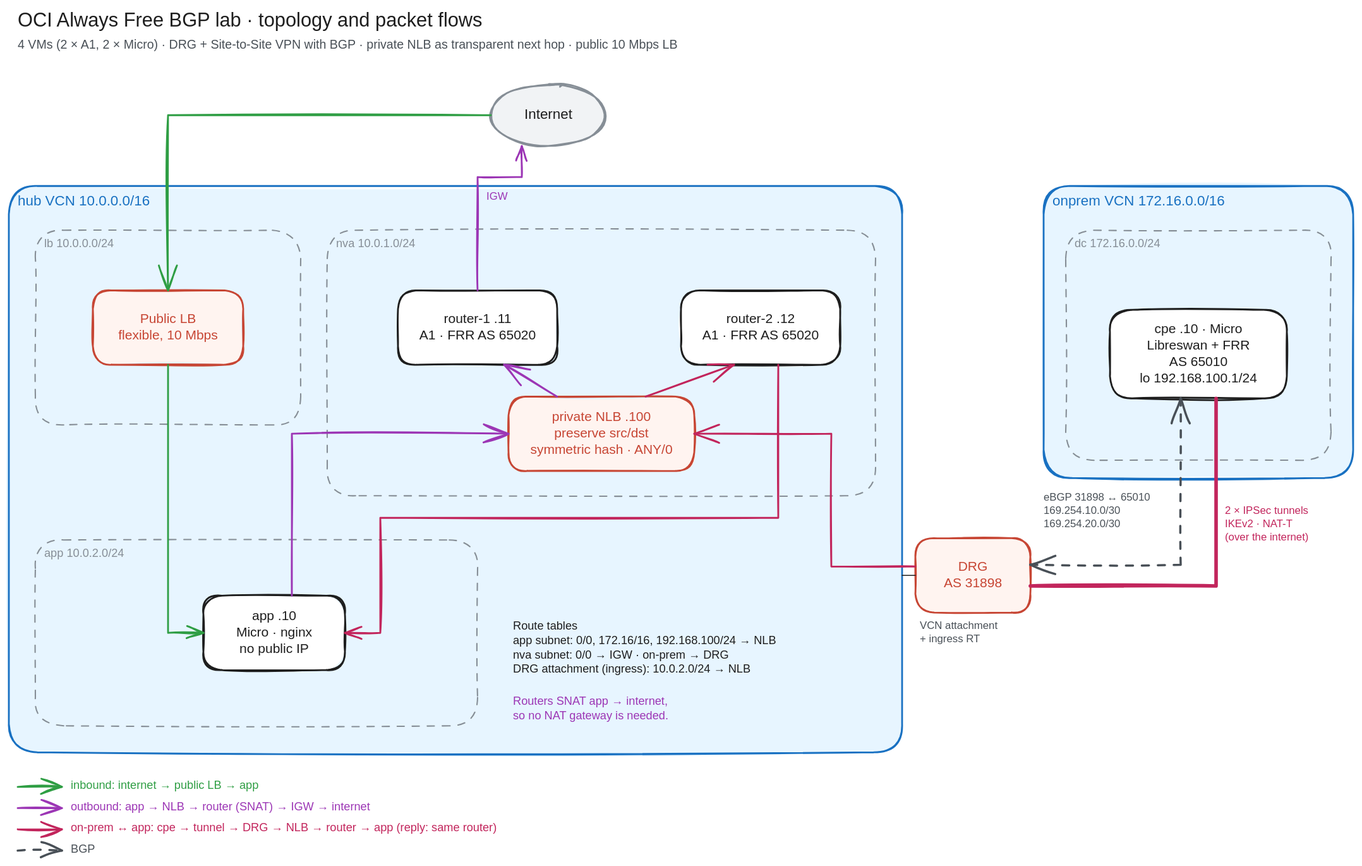
Before: diagrams/topology.excalidraw.svg, a diagram exported from Excalidraw (sebastianczech/oci-free-tier-bgp-lab). Source tidied: one line per element, renumbered; positions are measured from the earlier drawing's top-left corner, leaving out a move shared by most shapes.
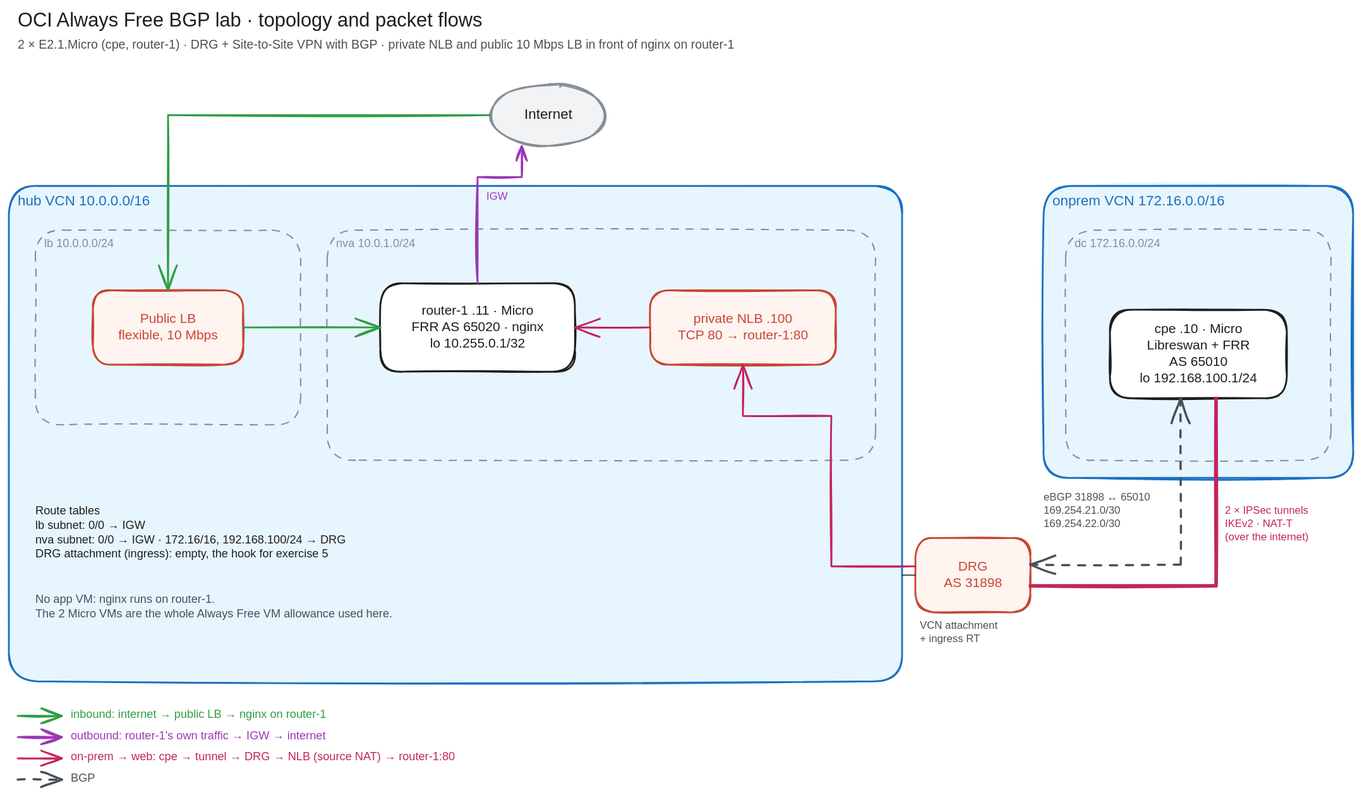
Later version of the same file.

What changed in the source:
```diff
@@ -1,55 +1,46 @@
 {"id": 0, "type": "text", "text": "OCI Always Free BGP lab · topology and packet flows", "strokeColor": "#1e1e1e", "strokeWidth": 2, "roughness": 1, "fontSize": 22, "fontFamily": 2, "x": 10, "y": 0, "width": 526, "height": 28}
-{"id": 1, "type": "text", "text": "4 VMs (2 × A1, 2 × Micro) · DRG + Site-to-Site VPN with BGP · private NLB as transparent next hop · public 10 Mbps LB", "strokeColor": "#495057", "strokeWidth": 2, "roughness": 1, "fontSize": 14, "fontFamily": 2, "x": 10, "y": 32, "width": 745, "height": 18}
+{"id": 1, "type": "text", "text": "2 × E2.1.Micro (cpe, router-1) · DRG + Site-to-Site VPN with BGP · private NLB and public 10 Mbps LB in front of nginx on router-1", "strokeColor": "#495057", "strokeWidth": 2, "roughness": 1, "fontSize": 14, "fontFamily": 2, "x": 10, "y": 32, "width": 809, "height": 18}
 {"id": 2, "type": "ellipse", "strokeColor": "#868e96", "backgroundColor": "#f1f3f5", "fillStyle": "solid", "strokeWidth": 2, "roughness": 1, "x": 545, "y": 85, "width": 130, "height": 70}
 {"id": 3, "type": "text", "text": "Internet", "strokeColor": "#1e1e1e", "strokeWidth": 2, "roughness": 1, "fontSize": 16, "fontFamily": 2, "textAlign": "center", "verticalAlign": "middle", "inside": 2, "x": 583, "y": 110, "width": 54, "height": 20}
-{"id": 4, "type": "rectangle", "strokeColor": "#1971c2", "backgroundColor": "#e7f5ff", "fillStyle": "solid", "strokeWidth": 2, "roughness": 1, "round": true, "x": 0, "y": 200, "width": 1010, "height": 640}
+{"id": 4, "type": "rectangle", "strokeColor": "#1971c2", "backgroundColor": "#e7f5ff", "fillStyle": "solid", "strokeWidth": 2, "roughness": 1, "round": true, "x": 0, "y": 200, "width": 1010, "height": 560}
 {"id": 5, "type": "text", "text": "hub VCN 10.0.0.0/16", "strokeColor": "#1971c2", "strokeWidth": 2, "roughness": 1, "fontSize": 16, "fontFamily": 2, "x": 10, "y": 208, "width": 149, "height": 20}
 {"id": 6, "type": "rectangle", "strokeColor": "#868e96", "strokeWidth": 1, "strokeStyle": "dashed", "roughness": 1, "round": true, "x": 30, "y": 250, "width": 300, "height": 220}
 {"id": 7, "type": "text", "text": "lb 10.0.0.0/24", "strokeColor": "#868e96", "strokeWidth": 2, "roughness": 1, "fontSize": 13, "fontFamily": 2, "x": 40, "y": 258, "width": 79, "height": 16}
 {"id": 8, "type": "rectangle", "strokeColor": "#c74634", "backgroundColor": "#fff4f0", "fillStyle": "solid", "strokeWidth": 2, "roughness": 1, "round": true, "x": 95, "y": 318, "width": 170, "height": 84}
 {"id": 9, "type": "text", "text": "Public LB\nflexible, 10 Mbps", "strokeColor": "#c74634", "strokeWidth": 2, "roughness": 1, "fontSize": 15, "fontFamily": 2, "textAlign": "center", "verticalAlign": "middle", "inside": 8, "x": 124, "y": 341, "width": 113, "height": 38}
-{"id": 10, "type": "rectangle", "strokeColor": "#868e96", "strokeWidth": 1, "strokeStyle": "dashed", "roughness": 1, "round": true, "x": 360, "y": 250, "width": 620, "height": 300}
+{"id": 10, "type": "rectangle", "strokeColor": "#868e96", "strokeWidth": 1, "strokeStyle": "dashed", "roughness": 1, "round": true, "x": 360, "y": 250, "width": 620, "height": 260}
 {"id": 11, "type": "text", "text": "nva 10.0.1.0/24", "strokeColor": "#868e96", "strokeWidth": 2, "roughness": 1, "fontSize": 13, "fontFamily": 2, "x": 370, "y": 258, "width": 90, "height": 16}
-{"id": 12, "type": "rectangle", "strokeColor": "#1e1e1e", "backgroundColor": "#ffffff", "fillStyle": "solid", "strokeWidth": 2, "roughness": 1, "round": true, "x": 440, "y": 318, "width": 180, "height": 84}
+{"id": 12, "type": "rectangle", "strokeColor": "#1e1e1e", "backgroundColor": "#ffffff", "fillStyle": "solid", "strokeWidth": 2, "roughness": 1, "round": true, "x": 420, "y": 310, "width": 220, "height": 100}
-{"id": 13, "type": "text", "text": "router-1 .11\nA1 · FRR AS 65020", "strokeColor": "#1e1e1e", "strokeWidth": 2, "roughness": 1, "fontSize": 15, "fontFamily": 2, "textAlign": "center", "verticalAlign": "middle", "inside": 12, "x": 464, "y": 341, "width": 132, "height": 38}
+{"id": 13, "type": "text", "text": "router-1 .11 · Micro\nFRR AS 65020 · nginx\nlo 10.255.0.1/32", "strokeColor": "#1e1e1e", "strokeWidth": 2, "roughness": 1, "fontSize": 15, "fontFamily": 2, "textAlign": "center", "verticalAlign": "middle", "inside": 12, "x": 455, "y": 332, "width": 149, "height": 56}
-{"id": 14, "type": "rectangle", "strokeColor": "#1e1e1e", "backgroundColor": "#ffffff", "fillStyle": "solid", "strokeWidth": 2, "roughness": 1, "round": true, "x": 760, "y": 318, "width": 180, "height": 84}
+{"id": 14, "type": "rectangle", "strokeColor": "#c74634", "backgroundColor": "#fff4f0", "fillStyle": "solid", "strokeWidth": 2, "roughness": 1, "round": true, "x": 725, "y": 318, "width": 210, "height": 84}
-{"id": 15, "type": "text", "text": "router-2 .12\nA1 · FRR AS 65020", "strokeColor": "#1e1e1e", "strokeWidth": 2, "roughness": 1, "fontSize": 15, "fontFamily": 2, "textAlign": "center", "verticalAlign": "middle", "inside": 14, "x": 784, "y": 341, "width": 132, "height": 38}
+{"id": 15, "type": "text", "text": "private NLB .100\nTCP 80 → router-1:80", "strokeColor": "#c74634", "strokeWidth": 2, "roughness": 1, "fontSize": 15, "fontFamily": 2, "textAlign": "center", "verticalAlign": "middle", "inside": 14, "x": 756, "y": 341, "width": 148, "height": 38}
-{"id": 16, "type": "rectangle", "strokeColor": "#c74634", "backgroundColor": "#fff4f0", "fillStyle": "solid", "strokeWidth": 2, "roughness": 1, "round": true, "x": 565, "y": 438, "width": 210, "height": 84}
+{"id": 55, "type": "text", "text": "Route tables\nlb subnet: 0/0 → IGW\nnva subnet: 0/0 → IGW · 172.16/16, 192.168.100/24 → DRG\nDRG attachment (ingress): empty, the hook for exercise 5", "strokeColor": "#1e1e1e", "strokeWidth": 2, "roughness": 1, "fontSize": 13, "fontFamily": 2, "x": 30, "y": 560, "width": 350, "height": 65}
-{"id": 17, "type": "text", "text": "private NLB .100\npreserve src/dst\nsymmetric hash · ANY/0", "strokeColor": "#c74634", "strokeWidth": 2, "roughness": 1, "fontSize": 15, "fontFamily": 2, "textAlign": "center", "verticalAlign": "middle", "inside": 16, "x": 590, "y": 452, "width": 161, "height": 56}
+{"id": 17, "type": "text", "text": "No app VM: nginx runs on router-1.\nThe 2 Micro VMs are the whole Always Free VM allowance used here.", "strokeColor": "#495057", "strokeWidth": 2, "roughness": 1, "fontSize": 13, "fontFamily": 2, "x": 30, "y": 660, "width": 405, "height": 32}
-{"id": 18, "type": "rectangle", "strokeColor": "#868e96", "strokeWidth": 1, "strokeStyle": "dashed", "roughness": 1, "round": true, "x": 30, "y": 600, "width": 500, "height": 210}
+{"id": 18, "type": "rectangle", "strokeColor": "#c74634", "backgroundColor": "#fff4f0", "fillStyle": "solid", "strokeWidth": 2, "roughness": 1, "round": true, "x": 1025, "y": 598, "width": 130, "height": 84}
-{"id": 19, "type": "text", "text": "app 10.0.2.0/24", "strokeColor": "#868e96", "strokeWidth": 2, "roughness": 1, "fontSize": 13, "fontFamily": 2, "x": 40, "y": 608, "width": 90, "height": 16}
+{"id": 19, "type": "text", "text": "DRG\nAS 31898", "strokeColor": "#c74634", "strokeWidth": 2, "roughness": 1, "fontSize": 15, "fontFamily": 2, "textAlign": "center", "verticalAlign": "middle", "inside": 18, "x": 1057, "y": 621, "width": 66, "height": 38}
-{"id": 20, "type": "rectangle", "strokeColor": "#1e1e1e", "backgroundColor": "#ffffff", "fillStyle": "solid", "strokeWidth": 2, "roughness": 1, "round": true, "x": 220, "y": 663, "width": 160, "height": 84}
+{"id": 56, "type": "arrow", "strokeColor": "#1e1e1e", "strokeWidth": 1, "roughness": 1, "x": 1025, "y": 640, "width": 15, "height": 0, "points": [[0, 0], [-15, 0]]}
-{"id": 21, "type": "text", "text": "app .10\nMicro · nginx\nno public IP", "strokeColor": "#1e1e1e", "strokeWidth": 2, "roughness": 1, "fontSize": 15, "fontFamily": 2, "textAlign": "center", "verticalAlign": "middle", "inside": 20, "x": 257, "y": 677, "width": 85, "height": 56}
+{"id": 21, "type": "text", "text": "VCN attachment\n+ ingress RT", "strokeColor": "#495057", "strokeWidth": 2, "roughness": 1, "fontSize": 12, "fontFamily": 2, "x": 1030, "y": 690, "width": 88, "height": 30}
-{"id": 22, "type": "text", "text": "Route tables\napp subnet: 0/0, 172.16/16, 192.168.100/24 → NLB\nnva subnet: 0/0 → IGW · on-prem → DRG\nDRG attachment (ingress): 10.0.2.0/24 → NLB", "strokeColor": "#1e1e1e", "strokeWidth": 2, "roughness": 1, "fontSize": 13, "fontFamily": 2, "x": 570, "y": 690, "width": 298, "height": 65}
+{"id": 57, "type": "rectangle", "strokeColor": "#1971c2", "backgroundColor": "#e7f5ff", "fillStyle": "solid", "strokeWidth": 2, "roughness": 1, "round": true, "x": 1170, "y": 200, "width": 350, "height": 330}
-{"id": 23, "type": "text", "text": "Routers SNAT app → internet,\nso no NAT gateway is needed.", "strokeColor": "#9c36b5", "strokeWidth": 2, "roughness": 1, "fontSize": 13, "fontFamily": 2, "x": 570, "y": 775, "width": 176, "height": 32}
+{"id": 23, "type": "text", "text": "onprem VCN 172.16.0.0/16", "strokeColor": "#1971c2", "strokeWidth": 2, "roughness": 1, "fontSize": 16, "fontFamily": 2, "x": 1180, "y": 208, "width": 195, "height": 20}
-{"id": 24, "type": "rectangle", "strokeColor": "#c74634", "backgroundColor": "#fff4f0", "fillStyle": "solid", "strokeWidth": 2, "roughness": 1, "round": true, "x": 1025, "y": 598, "width": 130, "height": 84}
+{"id": 24, "type": "rectangle", "strokeColor": "#868e96", "strokeWidth": 1, "strokeStyle": "dashed", "roughness": 1, "round": true, "x": 1195, "y": 250, "width": 300, "height": 260}
-{"id": 25, "type": "text", "text": "DRG\nAS 31898", "strokeColor": "#c74634", "strokeWidth": 2, "roughness": 1, "fontSize": 15, "fontFamily": 2, "textAlign": "center", "verticalAlign": "middle", "inside": 24, "x": 1057, "y": 621, "width": 66, "height": 38}
+{"id": 25, "type": "text", "text": "dc 172.16.0.0/24", "strokeColor": "#868e96", "strokeWidth": 2, "roughness": 1, "fontSize": 13, "fontFamily": 2, "x": 1205, "y": 258, "width": 97, "height": 16}
-{"id": 26, "type": "arrow", "strokeColor": "#1e1e1e", "strokeWidth": 1, "roughness": 1, "x": 1025, "y": 640, "width": 15, "height": 0, "points": [[0, 0], [-15, 0]]}
+{"id": 58, "type": "rectangle", "strokeColor": "#1e1e1e", "backgroundColor": "#ffffff", "fillStyle": "solid", "strokeWidth": 2, "roughness": 1, "round": true, "x": 1245, "y": 340, "width": 200, "height": 100}
-{"id": 27, "type": "text", "text": "VCN attachment\n+ ingress RT", "strokeColor": "#495057", "strokeWidth": 2, "roughness": 1, "fontSize": 12, "fontFamily": 2, "x": 1030, "y": 690, "width": 88, "height": 30}
+{"id": 27, "type": "text", "text": "cpe .10 · Micro\nLibreswan + FRR\nAS 65010\nlo 192.168.100.1/24", "strokeColor": "#1e1e1e", "strokeWidth": 2, "roughness": 1, "fontSize": 15, "fontFamily": 2, "textAlign": "center", "verticalAlign": "middle", "inside": 58, "x": 1279, "y": 352, "width": 133, "height": 75}
-{"id": 28, "type": "rectangle", "strokeColor": "#1971c2", "backgroundColor": "#e7f5ff", "fillStyle": "solid", "strokeWidth": 2, "roughness": 1, "round": true, "x": 1170, "y": 200, "width": 350, "height": 330}
+{"id": 59, "type": "arrow", "strokeColor": "#c2255c", "strokeWidth": 4, "roughness": 1, "x": 1155, "y": 652, "width": 210, "height": 212, "points": [[0, 0], [210, 0], [210, -212]]}
-{"id": 29, "type": "text", "text": "onprem VCN 172.16.0.0/16", "strokeColor": "#1971c2", "strokeWidth": 2, "roughness": 1, "fontSize": 16, "fontFamily": 2, "x": 1180, "y": 208, "width": 195, "height": 20}
+{"id": 29, "type": "text", "text": "2 × IPSec tunnels\nIKEv2 · NAT-T\n(over the internet)", "strokeColor": "#c2255c", "strokeWidth": 2, "roughness": 1, "fontSize": 12, "fontFamily": 2, "x": 1375, "y": 560, "width": 95, "height": 45}
-{"id": 30, "type": "rectangle", "strokeColor": "#868e96", "strokeWidth": 1, "strokeStyle": "dashed", "roughness": 1, "round": true, "x": 1195, "y": 250, "width": 300, "height": 260}
+{"id": 60, "type": "arrow", "strokeColor": "#495057", "strokeWidth": 2, "strokeStyle": "dashed", "roughness": 1, "startArrowhead": "arrow", "endArrowhead": "arrow", "x": 1155, "y": 628, "width": 170, "height": 188, "points": [[0, 0], [170, 0], [170, -188]]}
-{"id": 31, "type": "text", "text": "dc 172.16.0.0/24", "strokeColor": "#868e96", "strokeWidth": 2, "roughness": 1, "fontSize": 13, "fontFamily": 2, "x": 1205, "y": 258, "width": 97, "height": 16}
+{"id": 31, "type": "text", "text": "eBGP 31898 ↔ 65010\n169.254.21.0/30\n169.254.22.0/30", "strokeColor": "#495057", "strokeWidth": 2, "roughness": 1, "fontSize": 12, "fontFamily": 2, "x": 1170, "y": 545, "width": 120, "height": 45}
-{"id": 32, "type": "rectangle", "strokeColor": "#1e1e1e", "backgroundColor": "#ffffff", "fillStyle": "solid", "strokeWidth": 2, "roughness": 1, "round": true, "x": 1245, "y": 340, "width": 200, "height": 100}
-{"id": 33, "type": "text", "text": "cpe .10 · Micro\nLibreswan + FRR\nAS 65010\nlo 192.168.100.1/24", "strokeColor": "#1e1e1e", "strokeWidth": 2, "roughness": 1, "fontSize": 15, "fontFamily": 2, "textAlign": "center", "verticalAlign": "middle", "inside": 32, "x": 1279, "y": 352, "width": 133, "height": 75}
+{"id": 61, "type": "arrow", "strokeColor": "#2f9e44", "strokeWidth": 2, "roughness": 1, "endArrowhead": "arrow", "x": 545, "y": 120, "width": 365, "height": 198, "points": [[0, 0], [-365, 0], [-365, 198]]}
+{"id": 62, "type": "arrow", "strokeColor": "#2f9e44", "strokeWidth": 2, "roughness": 1, "endArrowhead": "arrow", "x": 265, "y": 360, "width": 155, "height": 0, "points": [[0, 0], [155, 0]]}
-{"id": 34, "type": "arrow", "strokeColor": "#c2255c", "strokeWidth": 4, "roughness": 1, "x": 1155, "y": 652, "width": 210, "height": 212, "points": [[0, 0], [210, 0], [210, -212]]}
+{"id": 34, "type": "arrow", "strokeColor": "#9c36b5", "strokeWidth": 2, "roughness": 1, "endArrowhead": "arrow", "x": 530, "y": 310, "width": 50, "height": 155, "points": [[0, 0], [0, -120], [50, -120], [50, -155]]}
-{"id": 35, "type": "text", "text": "2 × IPSec tunnels\nIKEv2 · NAT-T\n(over the internet)", "strokeColor": "#c2255c", "strokeWidth": 2, "roughness": 1, "fontSize": 12, "fontFamily": 2, "x": 1375, "y": 560, "width": 95, "height": 45}
+{"id": 35, "type": "text", "text": "IGW", "strokeColor": "#9c36b5", "strokeWidth": 2, "roughness": 1, "fontSize": 12, "fontFamily": 2, "x": 540, "y": 205, "width": 24, "height": 15}
-{"id": 36, "type": "arrow", "strokeColor": "#495057", "strokeWidth": 2, "strokeStyle": "dashed", "roughness": 1, "startArrowhead": "arrow", "endArrowhead": "arrow", "x": 1155, "y": 628, "width": 170, "height": 188, "points": [[0, 0], [170, 0], [170, -188]]}
+{"id": 36, "type": "arrow", "strokeColor": "#c2255c", "strokeWidth": 2, "roughness": 1, "endArrowhead": "arrow", "x": 1025, "y": 630, "width": 195, "height": 228, "points": [[0, 0], [-95, 0], [-95, -170], [-195, -170], [-195, -228]]}
-{"id": 37, "type": "text", "text": "eBGP 31898 ↔ 65010\n169.254.10.0/30\n169.254.20.0/30", "strokeColor": "#495057", "strokeWidth": 2, "roughness": 1, "fontSize": 12, "fontFamily": 2, "x": 1170, "y": 545, "width": 120, "height": 45}
+{"id": 63, "type": "arrow", "strokeColor": "#c2255c", "strokeWidth": 2, "roughness": 1, "endArrowhead": "arrow", "x": 725, "y": 360, "width": 85, "height": 0, "points": [[0, 0], [-85, 0]]}
-{"id": 38, "type": "arrow", "strokeColor": "#2f9e44", "strokeWidth": 2, "roughness": 1, "endArrowhead": "arrow", "x": 545, "y": 120, "width": 365, "height": 198, "points": [[0, 0], [-365, 0], [-365, 198]]}
+{"id": 38, "type": "arrow", "strokeColor": "#2f9e44", "strokeWidth": 2, "roughness": 1, "endArrowhead": "arrow", "x": 10, "y": 799, "width": 50, "height": 0, "points": [[0, 0], [50, 0]]}
-{"id": 39, "type": "arrow", "strokeColor": "#2f9e44", "strokeWidth": 2, "roughness": 1, "endArrowhead": "arrow", "x": 180, "y": 402, "width": 40, "height": 303, "points": [[0, 0], [0, 303], [40, 303]]}
+{"id": 64, "type": "text", "text": "inbound: internet → public LB → nginx on router-1", "strokeColor": "#2f9e44", "strokeWidth": 2, "roughness": 1, "fontSize": 13, "fontFamily": 2, "x": 70, "y": 790, "width": 289, "height": 16}
-{"id": 40, "type": "arrow", "strokeColor": "#9c36b5", "strokeWidth": 2, "roughness": 1, "endArrowhead": "arrow", "x": 320, "y": 663, "width": 245, "height": 183, "points": [[0, 0], [0, -183], [245, -183]]}
+{"id": 40, "type": "arrow", "strokeColor": "#9c36b5", "strokeWidth": 2, "roughness": 1, "endArrowhead": "arrow", "x": 10, "y": 823, "width": 50, "height": 0, "points": [[0, 0], [50, 0]]}
-{"id": 41, "type": "arrow", "strokeColor": "#9c36b5", "strokeWidth": 2, "roughness": 1, "endArrowhead": "arrow", "x": 620, "y": 438, "width": 60, "height": 36, "points": [[0, 0], [-60, -36]]}
+{"id": 65, "type": "text", "text": "outbound: router-1's own traffic → IGW → internet", "strokeColor": "#9c36b5", "strokeWidth": 2, "roughness": 1, "fontSize": 13, "fontFamily": 2, "x": 70, "y": 814, "width": 289, "height": 16}
-{"id": 42, "type": "arrow", "strokeColor": "#9c36b5", "strokeWidth": 2, "roughness": 1, "endArrowhead": "arrow", "x": 530, "y": 318, "width": 50, "height": 163, "points": [[0, 0], [0, -128], [50, -128], [50, -163]]}
+{"id": 42, "type": "arrow", "strokeColor": "#c2255c", "strokeWidth": 2, "roughness": 1, "endArrowhead": "arrow", "x": 10, "y": 847, "width": 50, "height": 0, "points": [[0, 0], [50, 0]]}
-{"id": 43, "type": "text", "text": "IGW", "strokeColor": "#9c36b5", "strokeWidth": 2, "roughness": 1, "fontSize": 12, "fontFamily": 2, "x": 540, "y": 205, "width": 24, "height": 15}
+{"id": 43, "type": "text", "text": "on-prem → web: cpe → tunnel → DRG → NLB (source NAT) → router-1:80", "strokeColor": "#c2255c", "strokeWidth": 2, "roughness": 1, "fontSize": 13, "fontFamily": 2, "x": 70, "y": 838, "width": 435, "height": 16}
-{"id": 44, "type": "arrow", "strokeColor": "#c2255c", "strokeWidth": 2, "roughness": 1, "endArrowhead": "arrow", "x": 1025, "y": 630, "width": 250, "height": 150, "points": [[0, 0], [-95, 0], [-95, -150], [-250, -150]]}
+{"id": 44, "type": "arrow", "strokeColor": "#495057", "strokeWidth": 2, "strokeStyle": "dashed", "roughness": 1, "endArrowhead": "arrow", "x": 10, "y": 871, "width": 50, "height": 0, "points": [[0, 0], [50, 0]]}
-{"id": 45, "type": "arrow", "strokeColor": "#c2255c", "strokeWidth": 2, "roughness": 1, "endArrowhead": "arrow", "x": 720, "y": 438, "width": 100, "height": 36, "points": [[0, 0], [100, -36]]}
-{"id": 46, "type": "arrow", "strokeColor": "#c2255c", "strokeWidth": 2, "roughness": 1, "endArrowhead": "arrow", "x": 870, "y": 402, "width": 490, "height": 303, "points": [[0, 0], [0, 173], [-450, 173], [-450, 303], [-490, 303]]}
-{"id": 47, "type": "arrow", "strokeColor": "#2f9e44", "strokeWidth": 2, "roughness": 1, "endArrowhead": "arrow", "x": 10, "y": 879, "width": 50, "height": 0, "points": [[0, 0], [50, 0]]}
-{"id": 48, "type": "text", "text": "inbound: internet → public LB → app", "strokeColor": "#2f9e44", "strokeWidth": 2, "roughness": 1, "fontSize": 13, "fontFamily": 2, "x": 70, "y": 870, "width": 212, "height": 16}
-{"id": 49, "type": "arrow", "strokeColor": "#9c36b5", "strokeWidth": 2, "roughness": 1, "endArrowhead": "arrow", "x": 10, "y": 903, "width": 50, "height": 0, "points": [[0, 0], [50, 0]]}
-{"id": 50, "type": "text", "text": "outbound: app → NLB → router (SNAT) → IGW → internet", "strokeColor": "#9c36b5", "strokeWidth": 2, "roughness": 1, "fontSize": 13, "fontFamily": 2, "x": 70, "y": 894, "width": 339, "height": 16}
-{"id": 51, "type": "arrow", "strokeColor": "#c2255c", "strokeWidth": 2, "roughness": 1, "endArrowhead": "arrow", "x": 10, "y": 927, "width": 50, "height": 0, "points": [[0, 0], [50, 0]]}
-{"id": 52, "type": "text", "text": "on-prem ↔ app: cpe → tunnel → DRG → NLB → router → app (reply: same router)", "strokeColor": "#c2255c", "strokeWidth": 2, "roughness": 1, "fontSize": 13, "fontFamily": 2, "x": 70, "y": 918, "width": 481, "height": 16}
-{"id": 53, "type": "arrow", "strokeColor": "#495057", "strokeWidth": 2, "strokeStyle": "dashed", "roughness": 1, "endArrowhead": "arrow", "x": 10, "y": 951, "width": 50, "height": 0, "points": [[0, 0], [50, 0]]}
-{"id": 54, "type": "text", "text": "BGP", "strokeColor": "#495057", "strokeWidth": 2, "roughness": 1, "fontSize": 13, "fontFamily": 2, "x": 70, "y": 942, "width": 27, "height": 16}
+{"id": 54, "type": "text", "text": "BGP", "strokeColor": "#495057", "strokeWidth": 2, "roughness": 1, "fontSize": 13, "fontFamily": 2, "x": 70, "y": 862, "width": 27, "height": 16}
```
